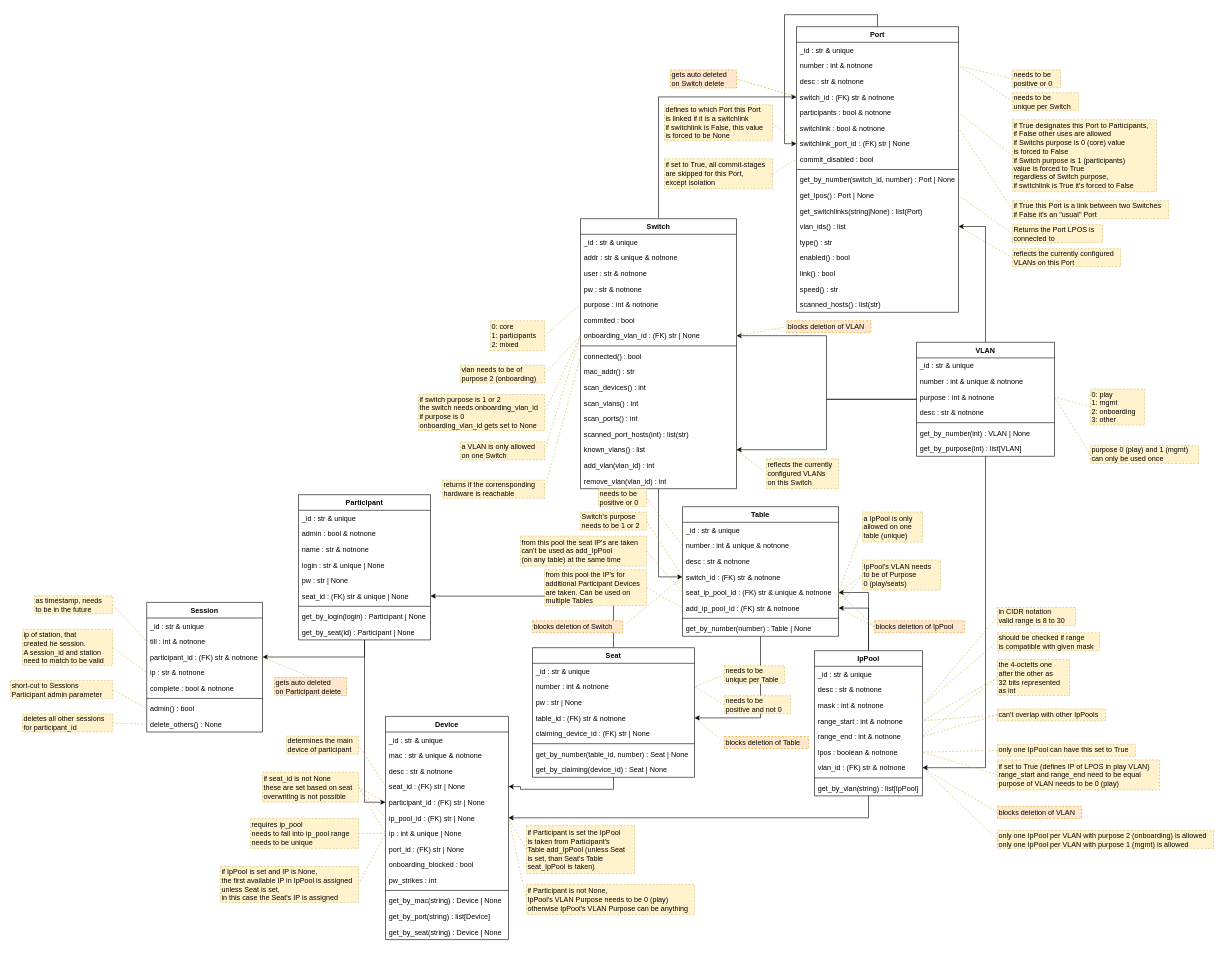
This is docs/elements_classes.drawio from nils-ost/LanPartyOnboardingSystem, a draw.io file, before an edit. Source tidied: cells renumbered, new cells numbered last; positions are measured from the earlier drawing's top-left corner, leaving out a move shared by most shapes. Both pictures are drawn from the tidied source at 60%, with x=0, y=0 at pixel (10, 26).
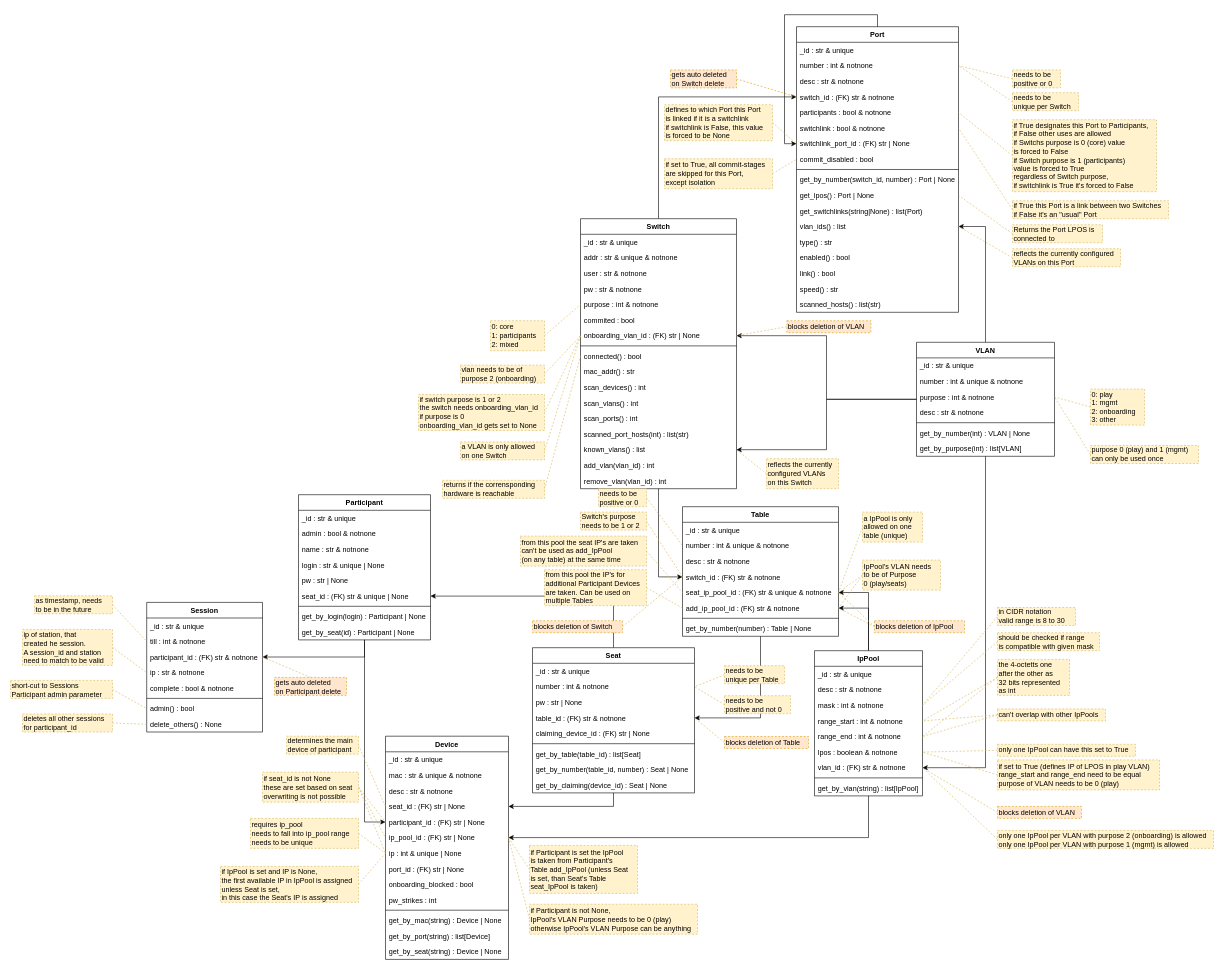
After the change.

Change to the diagram source:
```diff
@@
     <mxCell id="62" value="Seat" style="swimlane;fontStyle=1;align=center;verticalAlign=top;horizontal=1;startSize=26;" parent="1" vertex="1">
-      <mxGeometry x="870" y="1035" width="270" height="216" as="geometry" />
+      <mxGeometry x="870" y="1035" width="270" height="242" as="geometry" />
     </mxCell>
@@
+    <mxCell id="226" value="get_by_table(table_id) : list[Seat]" style="text;align=left;verticalAlign=top;spacingLeft=4;spacingRight=4;overflow=hidden;" parent="62" vertex="1">
+      <mxGeometry y="164" width="270" height="26" as="geometry" />
+    </mxCell>
     <mxCell id="69" value="get_by_number(table_id, number) : Seat | None" style="text;align=left;verticalAlign=top;spacingLeft=4;spacingRight=4;overflow=hidden;" parent="62" vertex="1">
-      <mxGeometry y="164" width="270" height="26" as="geometry" />
+      <mxGeometry y="190" width="270" height="26" as="geometry" />
     </mxCell>
     <mxCell id="70" value="get_by_claiming(device_id) : Seat | None" style="text;align=left;verticalAlign=top;spacingLeft=4;spacingRight=4;overflow=hidden;" parent="62" vertex="1">
-      <mxGeometry y="190" width="270" height="26" as="geometry" />
+      <mxGeometry y="216" width="270" height="26" as="geometry" />
     </mxCell>
@@
     <mxCell id="82" value="Device" style="swimlane;fontStyle=1;align=center;verticalAlign=top;horizontal=1;startSize=26;" parent="1" vertex="1">
-      <mxGeometry x="625" y="1149.5" width="205" height="372" as="geometry" />
+      <mxGeometry x="625" y="1182.5" width="205" height="372" as="geometry" />
     </mxCell>
@@
     <mxCell id="157" value="if Participant is set the IpPool&lt;br&gt;is taken from Participant's&lt;br&gt;Table add_IpPool (unless Seat&lt;br&gt;is set, than Seat's Table &lt;br&gt;seat_IpPool is taken)" style="rounded=0;whiteSpace=wrap;html=1;fillColor=#fff2cc;strokeColor=#d6b656;dashed=1;align=left;verticalAlign=middle;horizontal=1;labelPosition=center;verticalLabelPosition=middle;" parent="1" vertex="1">
-      <mxGeometry x="860" y="1331.5" width="180" height="80" as="geometry" />
+      <mxGeometry x="865" y="1364.5" width="180" height="80" as="geometry" />
     </mxCell>
@@
     <mxCell id="161" value="if Participant is not None,&lt;br&gt;IpPool's VLAN Purpose needs to be 0 (play)&lt;br&gt;otherwise IpPool's VLAN Purpose can be anything" style="rounded=0;whiteSpace=wrap;html=1;fillColor=#fff2cc;strokeColor=#d6b656;dashed=1;align=left;verticalAlign=middle;horizontal=1;labelPosition=center;verticalLabelPosition=middle;" parent="1" vertex="1">
-      <mxGeometry x="860" y="1429.5" width="280" height="50" as="geometry" />
+      <mxGeometry x="865" y="1462.5" width="280" height="50" as="geometry" />
     </mxCell>
```
